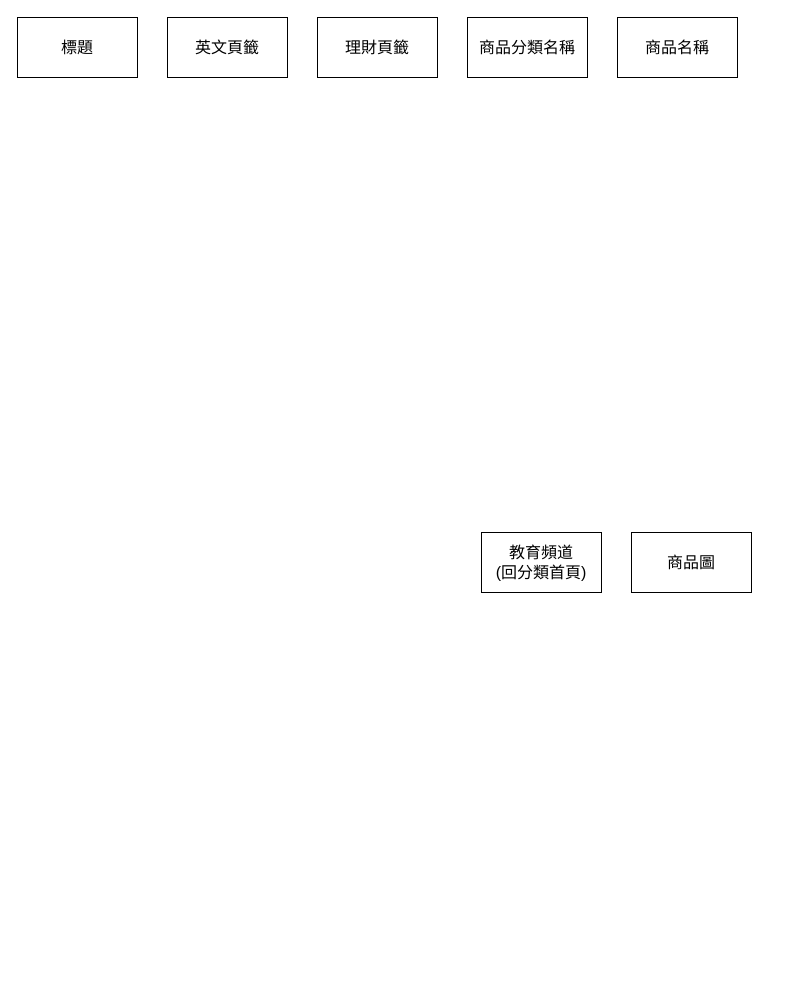
The draw.io diagram 知識_影音教學.drawio in Cadmus-design/Diagrams, before the edit. Source tidied: cells renumbered, new cells numbered last; positions are measured from the earlier drawing's top-left corner, leaving out a move shared by most shapes. Both pictures are drawn from the tidied source at 100%, with x=0, y=0 at pixel (17, 17).
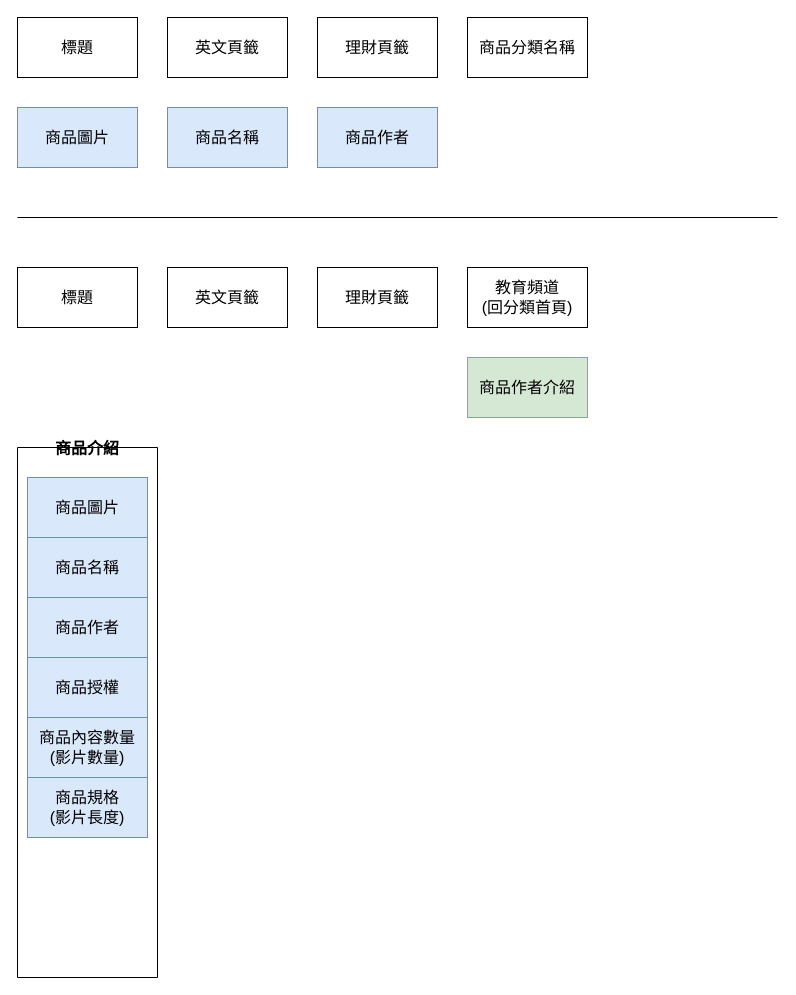
The same page after the edit.

Commit message (it also covers changes not shown here):
Update 知識_影音教學.drawio

The edit, as a diff of the source:
```diff
@@
     <mxCell id="5" value="&lt;div&gt;教育頻道&lt;/div&gt;&lt;div&gt;(回分類首頁)&lt;br&gt;&lt;/div&gt;" style="rounded=0;whiteSpace=wrap;html=1;fontSize=16;" parent="1" vertex="1">
-      <mxGeometry x="464" y="515" width="120" height="60" as="geometry" />
+      <mxGeometry x="450" y="250" width="120" height="60" as="geometry" />
     </mxCell>
-    <mxCell id="6" value="商品圖" style="rounded=0;whiteSpace=wrap;html=1;fontSize=16;" parent="1" vertex="1">
-      <mxGeometry x="614" y="515" width="120" height="60" as="geometry" />
-    </mxCell>
@@
-    <mxCell id="8" value="商品名稱" style="rounded=0;whiteSpace=wrap;html=1;fontSize=16;" parent="1" vertex="1">
-      <mxGeometry x="600" width="120" height="60" as="geometry" />
+    <mxCell id="8" value="商品圖片" style="rounded=0;whiteSpace=wrap;html=1;fontSize=16;fillColor=#dae8fc;strokeColor=#6c8ebf;" parent="1" vertex="1">
+      <mxGeometry y="90" width="120" height="60" as="geometry" />
     </mxCell>
+    <mxCell id="9" value="商品名稱" style="rounded=0;whiteSpace=wrap;html=1;fontSize=16;fillColor=#dae8fc;strokeColor=#6c8ebf;" parent="1" vertex="1">
+      <mxGeometry x="150" y="90" width="120" height="60" as="geometry" />
+    </mxCell>
+    <mxCell id="10" value="商品作者" style="rounded=0;whiteSpace=wrap;html=1;fontSize=16;fillColor=#dae8fc;strokeColor=#6c8ebf;" parent="1" vertex="1">
+      <mxGeometry x="300" y="90" width="120" height="60" as="geometry" />
+    </mxCell>
+    <mxCell id="11" style="endArrow=none;html=1;rounded=0;fontSize=16;" parent="1" edge="1">
+      <mxGeometry relative="1" as="geometry">
+        <mxPoint y="200" as="sourcePoint" />
+        <mxPoint x="760" y="200" as="targetPoint" />
+      </mxGeometry>
+    </mxCell>
+    <mxCell id="12" value="標題" style="rounded=0;whiteSpace=wrap;html=1;fontSize=16;" parent="1" vertex="1">
+      <mxGeometry y="250" width="120" height="60" as="geometry" />
+    </mxCell>
+    <mxCell id="13" value="理財頁籤" style="rounded=0;whiteSpace=wrap;html=1;fontSize=16;" parent="1" vertex="1">
+      <mxGeometry x="300" y="250" width="120" height="60" as="geometry" />
+    </mxCell>
+    <mxCell id="14" value="英文頁籤" style="rounded=0;whiteSpace=wrap;html=1;fontSize=16;" parent="1" vertex="1">
+      <mxGeometry x="150" y="250" width="120" height="60" as="geometry" />
+    </mxCell>
+    <mxCell id="15" value="商品作者介紹" style="rounded=0;whiteSpace=wrap;html=1;fontSize=16;fillColor=#d5e8d4;strokeColor=#82b366;" parent="1" vertex="1">
+      <mxGeometry x="450" y="340" width="120" height="60" as="geometry" />
+    </mxCell>
+    <mxCell id="16" value="商品介紹" style="swimlane;startSize=0;fontSize=16;" parent="1" vertex="1">
+      <mxGeometry y="430" width="140" height="530" as="geometry" />
+    </mxCell>
+    <mxCell id="17" value="商品圖片" style="rounded=0;whiteSpace=wrap;html=1;fontSize=16;fillColor=#dae8fc;strokeColor=#6c8ebf;" parent="16" vertex="1">
+      <mxGeometry x="10" y="30" width="120" height="60" as="geometry" />
+    </mxCell>
+    <mxCell id="18" value="商品名稱" style="rounded=0;whiteSpace=wrap;html=1;fontSize=16;fillColor=#dae8fc;strokeColor=#6c8ebf;" parent="16" vertex="1">
+      <mxGeometry x="10" y="90" width="120" height="60" as="geometry" />
+    </mxCell>
+    <mxCell id="19" value="商品作者" style="rounded=0;whiteSpace=wrap;html=1;fontSize=16;fillColor=#dae8fc;strokeColor=#6c8ebf;" parent="16" vertex="1">
+      <mxGeometry x="10" y="150" width="120" height="60" as="geometry" />
+    </mxCell>
+    <mxCell id="20" value="商品授權" style="rounded=0;whiteSpace=wrap;html=1;fontSize=16;fillColor=#dae8fc;strokeColor=#6c8ebf;" parent="16" vertex="1">
+      <mxGeometry x="10" y="210" width="120" height="60" as="geometry" />
+    </mxCell>
+    <mxCell id="21" value="商品內容數量&lt;br&gt;(影片數量)" style="rounded=0;whiteSpace=wrap;html=1;fontSize=16;fillColor=#dae8fc;strokeColor=#6c8ebf;" parent="16" vertex="1">
+      <mxGeometry x="10" y="270" width="120" height="60" as="geometry" />
+    </mxCell>
+    <mxCell id="22" value="&lt;div&gt;商品規格&lt;/div&gt;&lt;div&gt;(影片長度)&lt;br&gt;&lt;/div&gt;" style="rounded=0;whiteSpace=wrap;html=1;fontSize=16;fillColor=#dae8fc;strokeColor=#6c8ebf;" parent="16" vertex="1">
+      <mxGeometry x="10" y="330" width="120" height="60" as="geometry" />
+    </mxCell>
```
